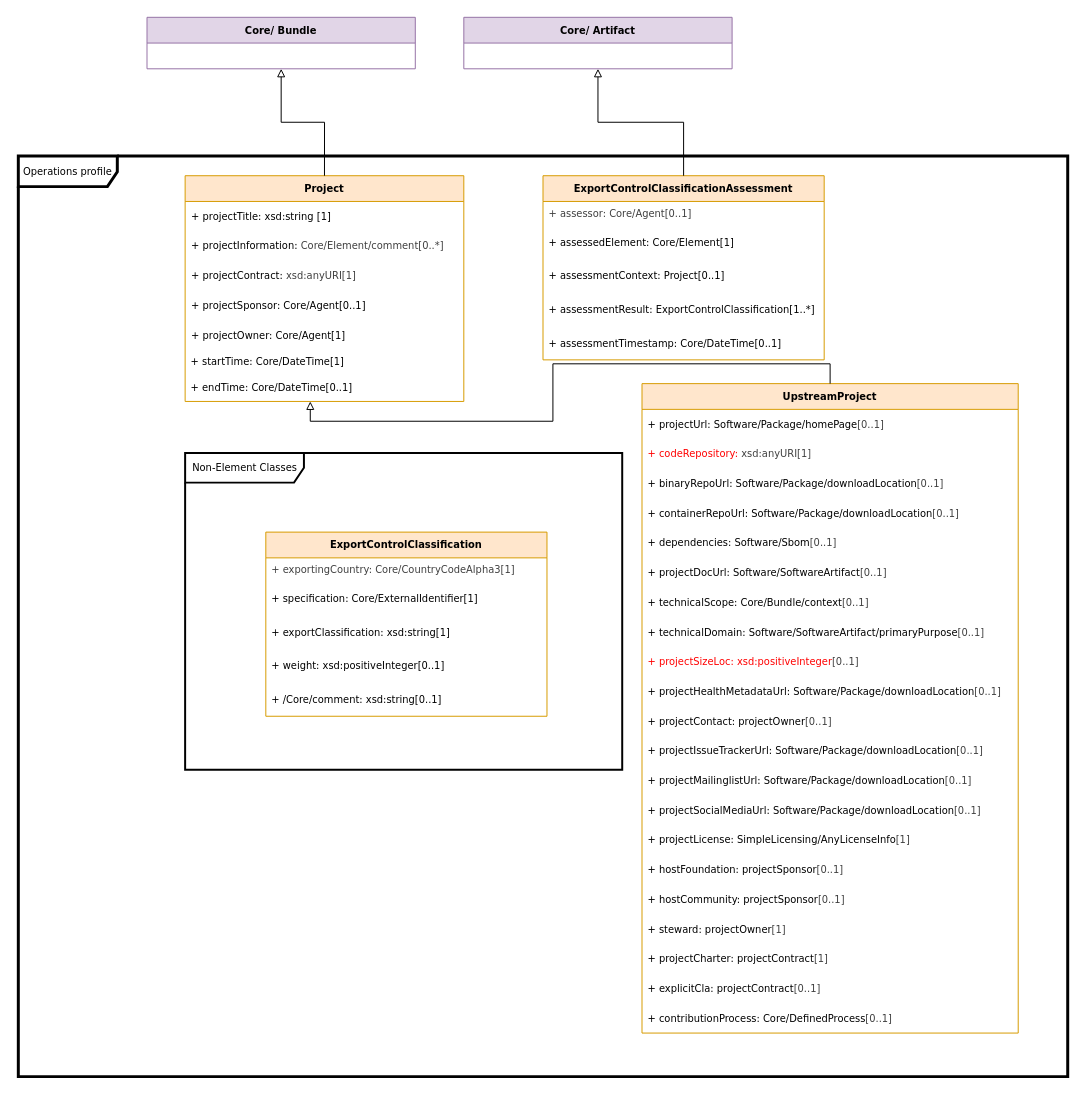
The draw.io diagram page "Operations" (12 of 12) of docs/model.drawio in boschglobal/spdx-3-model, before the edit. Source tidied: cells renumbered, new cells numbered last; positions are measured from the earlier drawing's top-left corner, leaving out a move shared by most shapes. Both pictures are drawn from the tidied source at 99%, with x=0, y=0 at pixel (18, 17).
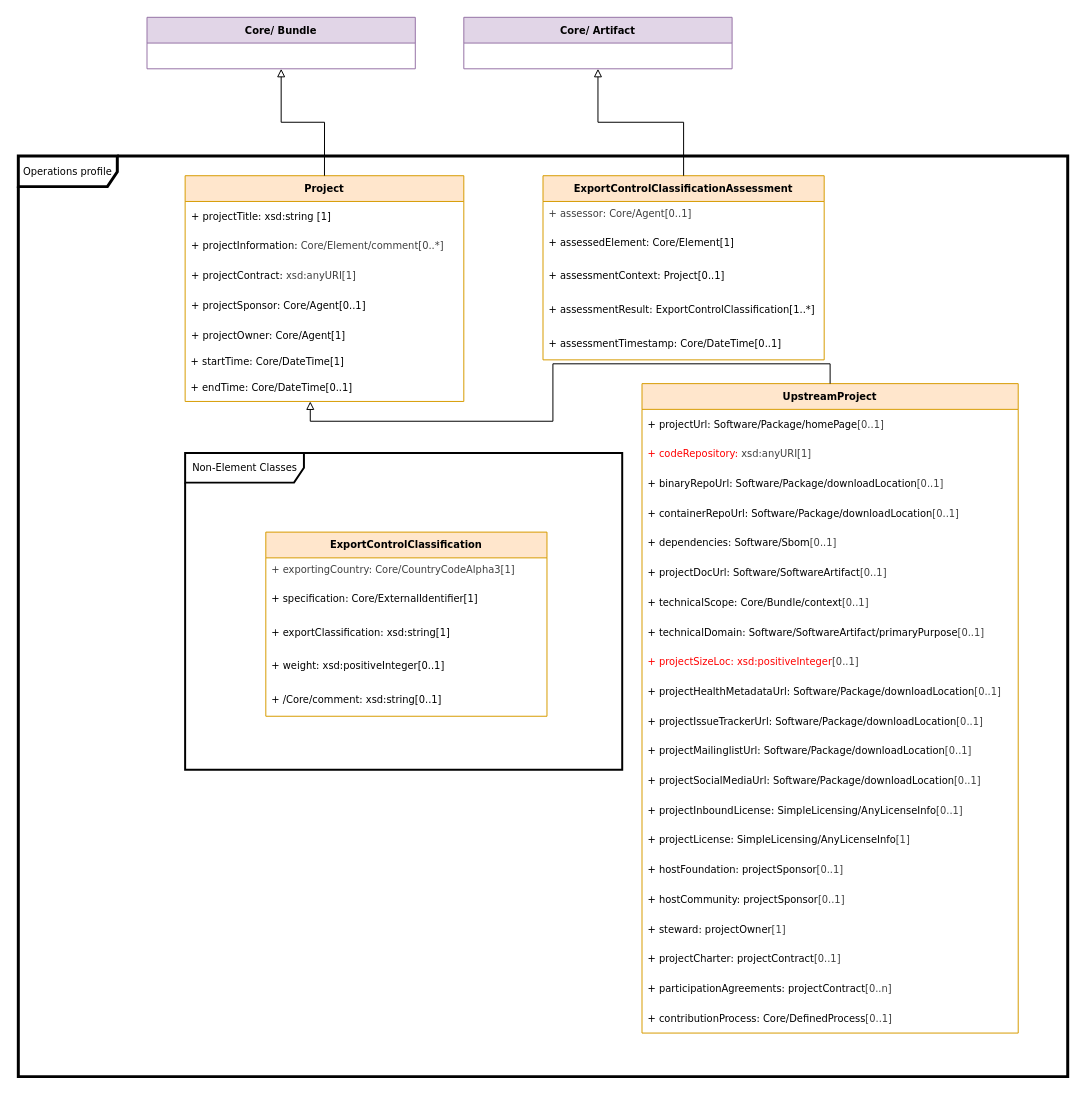
The same page after the edit.

Commit message:
update after peer review

Unchanged cells that the change refers to:
```xml
<mxCell id="27" value="UpstreamProject" style="swimlane;fontStyle=1;horizontal=1;startSize=26;fillColor=#ffe6cc;strokeColor=#d79b00;fontFamily=Verdana;fontSize=10;" parent="1" vertex="1">
  <mxGeometry x="630" y="370" width="380" height="656" as="geometry" />
</mxCell>
```

Diff of the diagram source:
```diff
@@
+    <mxCell id="50" value="Operations profile" style="shape=umlFrame;whiteSpace=wrap;html=1;width=100;height=31;strokeWidth=3;fontFamily=Verdana;fontSize=10;" parent="1" vertex="1">
+      <mxGeometry y="140" width="1060" height="930" as="geometry" />
+    </mxCell>
@@
-    <mxCell id="38" value="&lt;div&gt;+ projectContact: projectOwner&lt;span style=&quot;color: rgb(63, 63, 63); background-color: transparent;&quot;&gt;[0..1]&lt;/span&gt;&lt;/div&gt;" style="text;strokeColor=none;fillColor=none;align=left;verticalAlign=middle;spacingLeft=4;spacingRight=4;overflow=hidden;whiteSpace=wrap;html=1;fontFamily=Verdana;fontSize=10;" parent="27" vertex="1">
-      <mxGeometry y="326" width="380" height="30" as="geometry" />
-    </mxCell>
     <mxCell id="39" value="&lt;div&gt;+ projectIssueTrackerUrl: Software/Package/downloadLocation&lt;span style=&quot;color: rgb(63, 63, 63); background-color: transparent;&quot;&gt;[0..1]&lt;/span&gt;&lt;/div&gt;" style="text;strokeColor=none;fillColor=none;align=left;verticalAlign=middle;spacingLeft=4;spacingRight=4;overflow=hidden;whiteSpace=wrap;html=1;fontFamily=Verdana;fontSize=10;" parent="27" vertex="1">
-      <mxGeometry y="356" width="380" height="30" as="geometry" />
+      <mxGeometry y="326" width="380" height="30" as="geometry" />
     </mxCell>
     <mxCell id="40" value="&lt;div&gt;+ projectMailinglistUrl: Software/Package/downloadLocation&lt;span style=&quot;color: rgb(63, 63, 63); background-color: transparent;&quot;&gt;[0..1]&lt;/span&gt;&lt;/div&gt;" style="text;strokeColor=none;fillColor=none;align=left;verticalAlign=middle;spacingLeft=4;spacingRight=4;overflow=hidden;whiteSpace=wrap;html=1;fontFamily=Verdana;fontSize=10;" parent="27" vertex="1">
-      <mxGeometry y="386" width="380" height="30" as="geometry" />
+      <mxGeometry y="356" width="380" height="30" as="geometry" />
     </mxCell>
     <mxCell id="41" value="&lt;div&gt;+ projectSocialMediaUrl: Software/Package/downloadLocation&lt;span style=&quot;color: rgb(63, 63, 63); background-color: transparent;&quot;&gt;[0..1]&lt;/span&gt;&lt;/div&gt;" style="text;strokeColor=none;fillColor=none;align=left;verticalAlign=middle;spacingLeft=4;spacingRight=4;overflow=hidden;whiteSpace=wrap;html=1;fontFamily=Verdana;fontSize=10;" parent="27" vertex="1">
-      <mxGeometry y="416" width="380" height="30" as="geometry" />
+      <mxGeometry y="386" width="380" height="30" as="geometry" />
     </mxCell>
+    <mxCell id="51" value="&lt;div&gt;+ projectInboundLicense: SimpleLicensing/AnyLicenseInfo&lt;span style=&quot;color: rgb(63, 63, 63); background-color: transparent;&quot;&gt;[0..1]&lt;/span&gt;&lt;/div&gt;" style="text;strokeColor=none;fillColor=none;align=left;verticalAlign=middle;spacingLeft=4;spacingRight=4;overflow=hidden;whiteSpace=wrap;html=1;fontFamily=Verdana;fontSize=10;" parent="27" vertex="1">
+      <mxGeometry y="416" width="380" height="30" as="geometry" />
+    </mxCell>
@@
-    <mxCell id="46" value="&lt;div&gt;+ projectCharter: projectContract&lt;span style=&quot;color: rgb(63, 63, 63); background-color: transparent;&quot;&gt;[1]&lt;/span&gt;&lt;/div&gt;" style="text;strokeColor=none;fillColor=none;align=left;verticalAlign=middle;spacingLeft=4;spacingRight=4;overflow=hidden;whiteSpace=wrap;html=1;fontFamily=Verdana;fontSize=10;" parent="27" vertex="1">
+    <mxCell id="46" value="&lt;div&gt;+ projectCharter: projectContract&lt;span style=&quot;color: rgb(63, 63, 63); background-color: transparent;&quot;&gt;[0..1]&lt;/span&gt;&lt;/div&gt;" style="text;strokeColor=none;fillColor=none;align=left;verticalAlign=middle;spacingLeft=4;spacingRight=4;overflow=hidden;whiteSpace=wrap;html=1;fontFamily=Verdana;fontSize=10;" parent="27" vertex="1">
       <mxGeometry y="566" width="380" height="30" as="geometry" />
     </mxCell>
-    <mxCell id="47" value="&lt;div&gt;+ explicitCla: projectContract&lt;span style=&quot;color: rgb(63, 63, 63); background-color: transparent;&quot;&gt;[0..1]&lt;/span&gt;&lt;/div&gt;" style="text;strokeColor=none;fillColor=none;align=left;verticalAlign=middle;spacingLeft=4;spacingRight=4;overflow=hidden;whiteSpace=wrap;html=1;fontFamily=Verdana;fontSize=10;" parent="27" vertex="1">
+    <mxCell id="47" value="&lt;div&gt;+ participationAgreements: projectContract&lt;span style=&quot;color: rgb(63, 63, 63); background-color: transparent;&quot;&gt;[0..n]&lt;/span&gt;&lt;/div&gt;" style="text;strokeColor=none;fillColor=none;align=left;verticalAlign=middle;spacingLeft=4;spacingRight=4;overflow=hidden;whiteSpace=wrap;html=1;fontFamily=Verdana;fontSize=10;" parent="27" vertex="1">
       <mxGeometry y="596" width="380" height="30" as="geometry" />
     </mxCell>
@@
-    <mxCell id="50" value="Operations profile" style="shape=umlFrame;whiteSpace=wrap;html=1;width=100;height=31;strokeWidth=3;fontFamily=Verdana;fontSize=10;" parent="1" vertex="1">
-      <mxGeometry y="140" width="1060" height="930" as="geometry" />
-    </mxCell>
```
